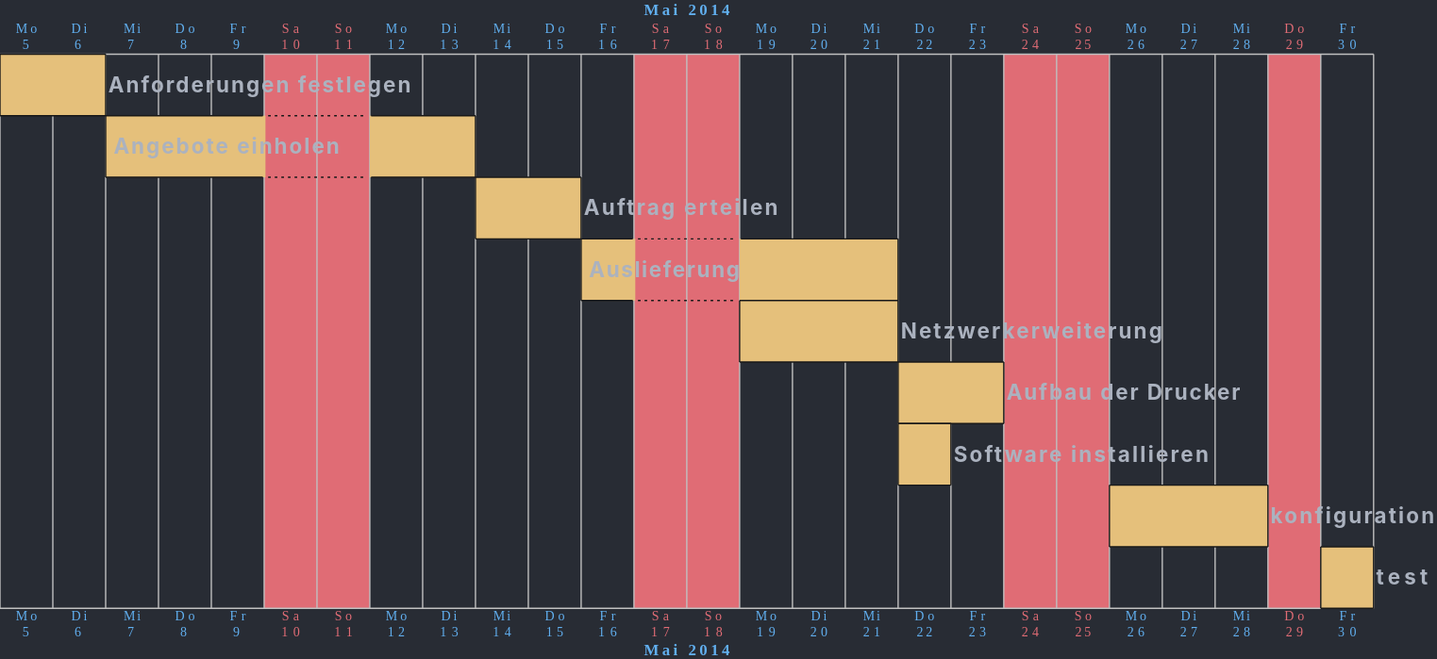
denn-moe/schule keeps this PlantUML diagram as source/_static/images/gantt_1.svg. Above is the earlier version.
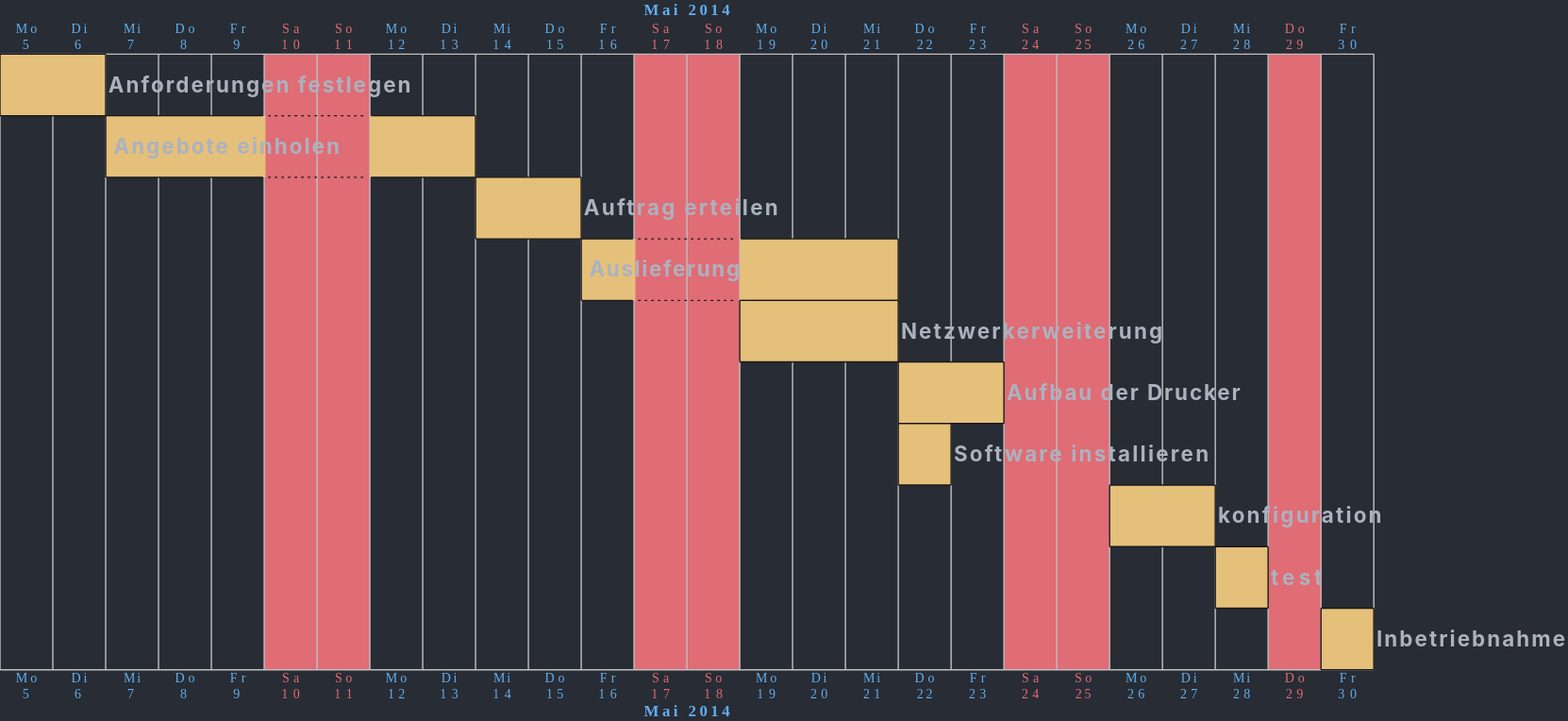
Above is the later version.

The edit, as a diff of the source:
```diff
@@ -35,6 +35,7 @@
 2014/05/29 is closed
 [Anforderungen festlegen] lasts 2 days
 
+
 [Angebote einholen] starts 2014-05-07
 [Angebote einholen] lasts 1 week
 
@@ -53,8 +54,11 @@
 [Software installieren] starts 2014-05-22
 
 [konfiguration] starts 2014-05-26
-[konfiguration] lasts 3 days
+[konfiguration] lasts 2 days
 
-[test] starts 2014-05-30
+[test] starts 2014-05-28
+
+[Inbetriebnahme] starts 2014-5-30
+
 
 @endgantt
```
